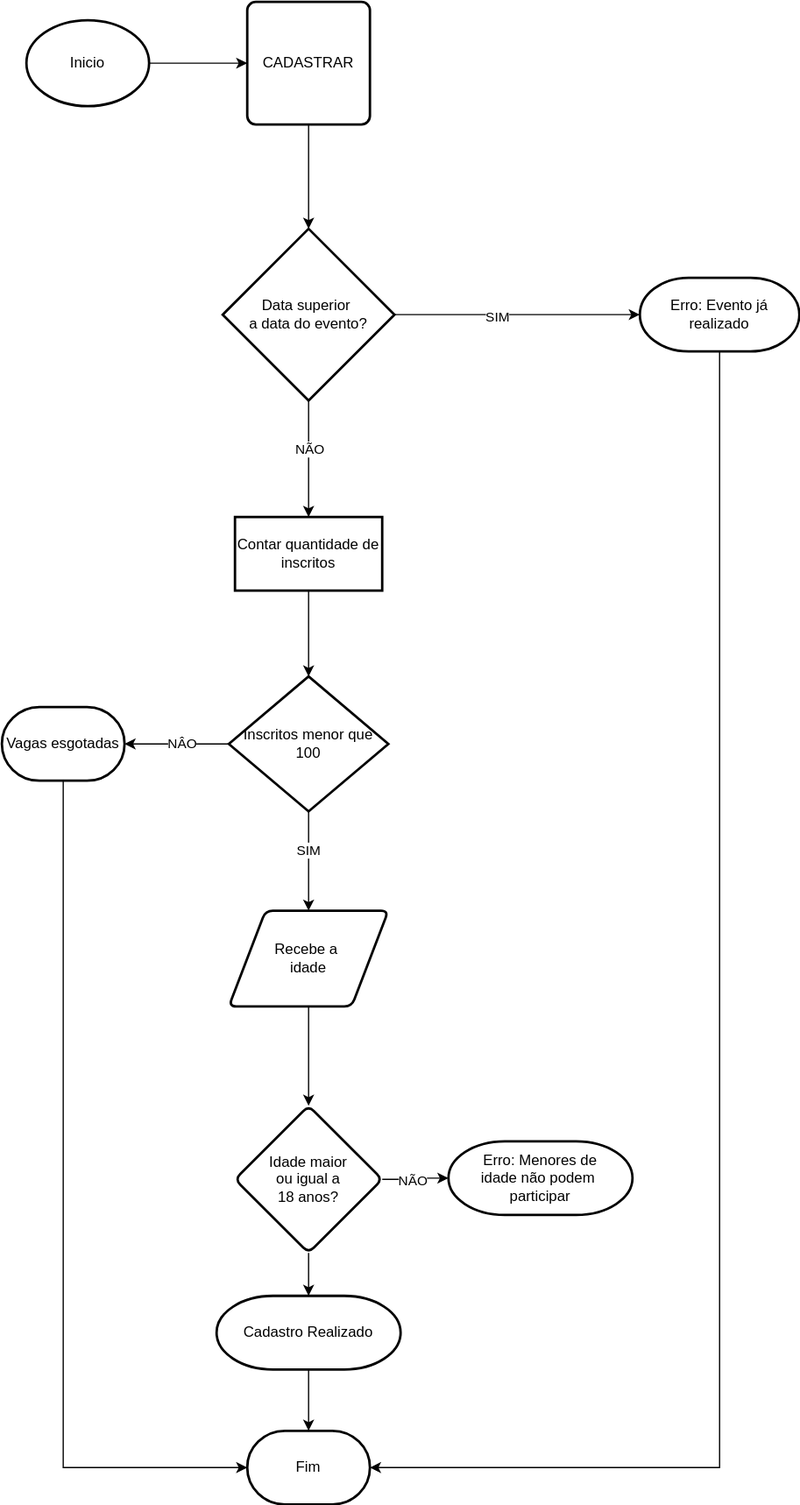
orionwork/RESOLUCAO-PROBLEMA keeps this draw.io diagram as ATIVIDADE-ENCONTRO/Cadastro de Eventos.drawio.svg. Above is the earlier version. Source tidied: cells renumbered, new cells last; positions are measured from the earlier drawing's top-left corner, leaving out a move shared by most shapes.
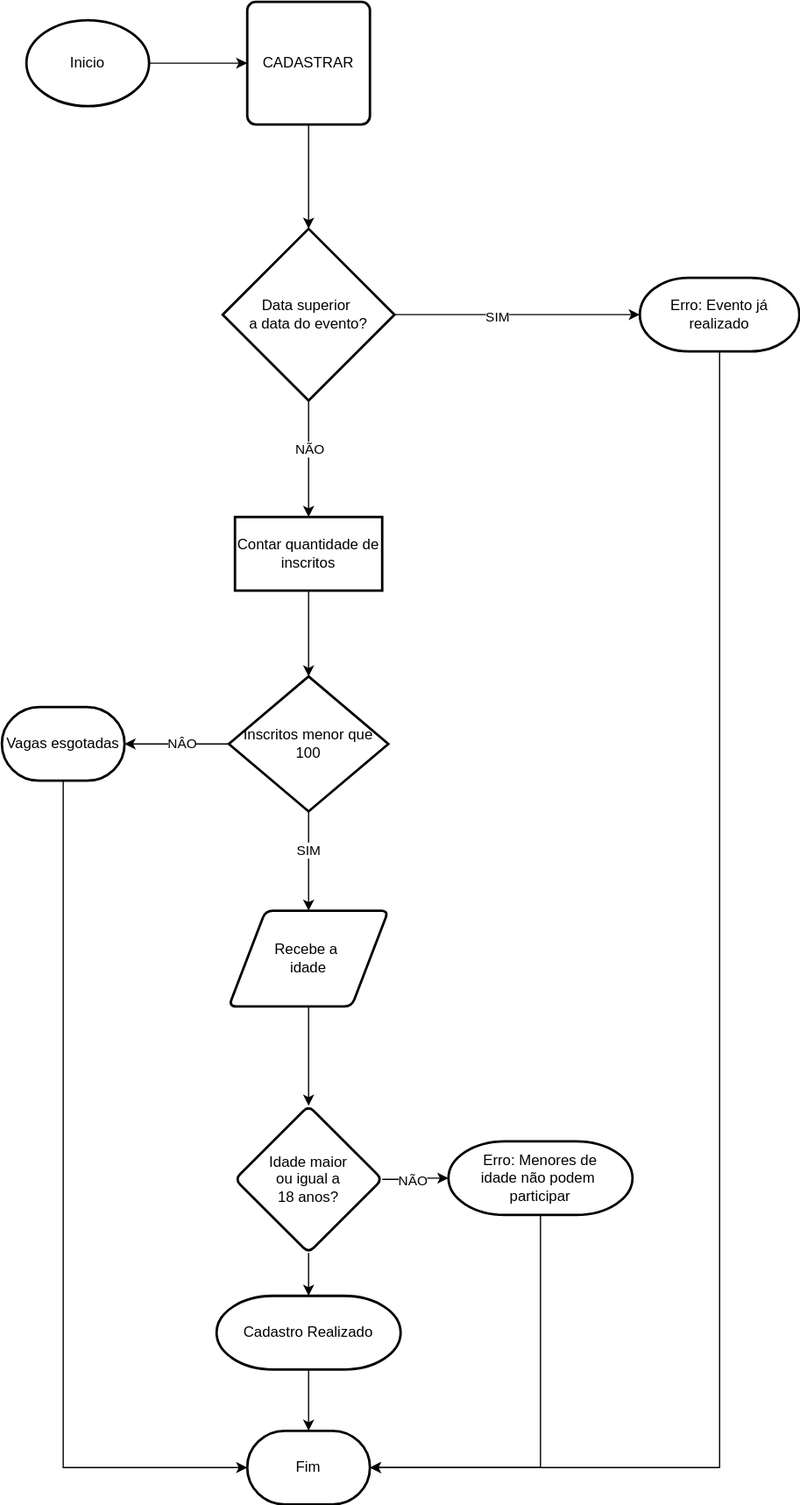
The same file after the commit.

What changed in the source:
```diff
@@ -57,6 +57,13 @@
     <mxCell id="18" value="Idade maior &lt;br&gt;ou igual a &lt;br&gt;18 anos?" style="rhombus;whiteSpace=wrap;html=1;rounded=1;strokeWidth=2;arcSize=12;" parent="1" vertex="1">
       <mxGeometry x="190" y="900" width="120" height="120" as="geometry" />
     </mxCell>
+    <mxCell id="32" style="edgeStyle=orthogonalEdgeStyle;rounded=0;jettySize=auto;html=1;entryX=1;entryY=0.5;entryDx=0;entryDy=0;entryPerimeter=0;" parent="1" edge="1" source="19" target="29">
+      <mxGeometry relative="1" as="geometry">
+        <Array as="points">
+          <mxPoint x="439" y="1195" />
+        </Array>
+      </mxGeometry>
+    </mxCell>
     <mxCell id="19" value="Erro: Menores de &lt;br&gt;idade não podem&amp;nbsp;&lt;br&gt;participar" style="strokeWidth=2;html=1;shape=mxgraph.flowchart.terminator;whiteSpace=wrap;" parent="1" vertex="1">
       <mxGeometry x="364" y="929" width="150" height="60" as="geometry" />
     </mxCell>
```
